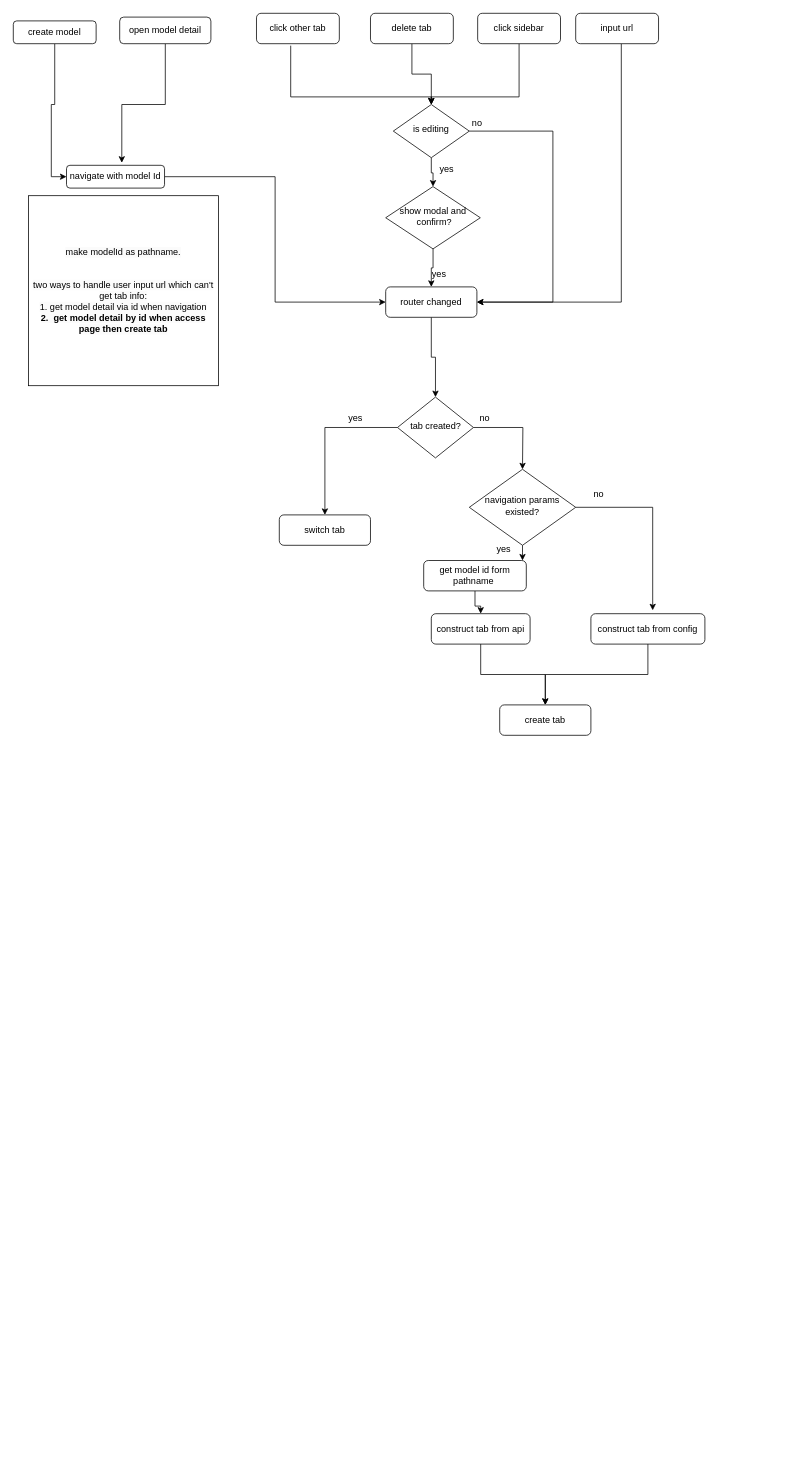
Earlier version of the draw.io diagram Untitled Diagram.drawio (CongcongDeng/test-frontend-repo). Source tidied: cells renumbered, new cells numbered last; positions are measured from the earlier drawing's top-left corner, leaving out a move shared by most shapes. Both pictures are drawn from the tidied source at 76%, with x=0, y=0 at pixel (13, 13).
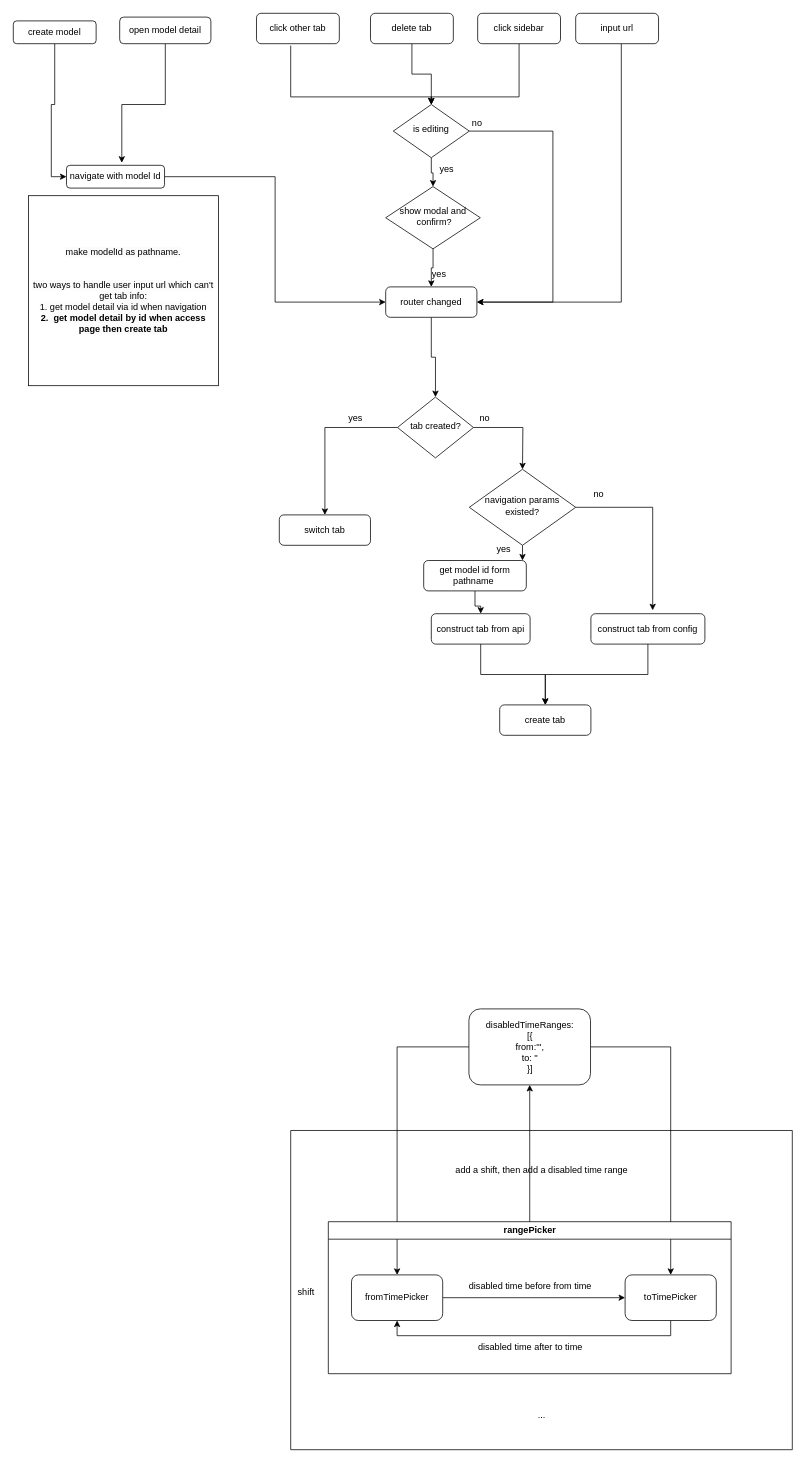
After the change.

Diff of the diagram source:
```diff
@@
+    <mxCell id="45" style="edgeStyle=orthogonalEdgeStyle;rounded=0;jettySize=auto;html=1;" parent="1" edge="1" source="47" target="51">
+      <mxGeometry relative="1" as="geometry" />
+    </mxCell>
+    <mxCell id="46" style="edgeStyle=orthogonalEdgeStyle;rounded=0;jettySize=auto;html=1;entryX=0.5;entryY=0;entryDx=0;entryDy=0;" parent="1" edge="1" source="47" target="53">
+      <mxGeometry relative="1" as="geometry" />
+    </mxCell>
+    <mxCell id="47" value="disabledTimeRanges:&lt;br&gt;[{&lt;br&gt;from:''',&lt;br&gt;to: ''&lt;br&gt;}]" style="rounded=1;whiteSpace=wrap;html=1;" parent="1" vertex="1">
+      <mxGeometry x="599.5" y="1310" width="160" height="100" as="geometry" />
+    </mxCell>
+    <mxCell id="48" style="swimlane;startSize=0;" parent="1" vertex="1">
+      <mxGeometry x="365" y="1470" width="660" height="420" as="geometry" />
+    </mxCell>
+    <mxCell id="49" value="rangePicker" style="swimlane;whiteSpace=wrap;html=1;" parent="48" vertex="1">
+      <mxGeometry x="49.5" y="120" width="530" height="200" as="geometry" />
+    </mxCell>
+    <mxCell id="50" style="edgeStyle=orthogonalEdgeStyle;rounded=0;jettySize=auto;html=1;entryX=0;entryY=0.5;entryDx=0;entryDy=0;" parent="49" edge="1" source="51" target="53">
+      <mxGeometry relative="1" as="geometry" />
+    </mxCell>
+    <mxCell id="51" value="fromTimePicker" style="rounded=1;whiteSpace=wrap;html=1;" parent="49" vertex="1">
+      <mxGeometry x="30.5" y="70" width="120" height="60" as="geometry" />
+    </mxCell>
+    <mxCell id="52" style="edgeStyle=orthogonalEdgeStyle;rounded=0;jettySize=auto;html=1;entryX=0.5;entryY=1;entryDx=0;entryDy=0;exitX=0.5;exitY=1;exitDx=0;exitDy=0;" parent="49" edge="1" source="53" target="51">
+      <mxGeometry relative="1" as="geometry" />
+    </mxCell>
+    <mxCell id="53" value="toTimePicker" style="rounded=1;whiteSpace=wrap;html=1;" parent="49" vertex="1">
+      <mxGeometry x="390.5" y="70" width="120" height="60" as="geometry" />
+    </mxCell>
+    <mxCell id="54" value="disabled time before from time" style="text;html=1;align=center;verticalAlign=middle;strokeColor=none;fillColor=none;" parent="49" vertex="1">
+      <mxGeometry x="175" y="70" width="180" height="30" as="geometry" />
+    </mxCell>
+    <mxCell id="55" value="disabled time after to time" style="text;html=1;align=center;verticalAlign=middle;strokeColor=none;fillColor=none;" parent="49" vertex="1">
+      <mxGeometry x="185" y="150" width="160" height="30" as="geometry" />
+    </mxCell>
+    <mxCell id="56" value="..." style="text;html=1;align=center;verticalAlign=middle;strokeColor=none;fillColor=none;" parent="48" vertex="1">
+      <mxGeometry x="315" y="360" width="30" height="30" as="geometry" />
+    </mxCell>
+    <mxCell id="57" style="edgeStyle=orthogonalEdgeStyle;rounded=0;jettySize=auto;html=1;" parent="1" edge="1" source="49" target="47">
+      <mxGeometry relative="1" as="geometry" />
+    </mxCell>
+    <mxCell id="58" value="add a shift, then add a disabled time range" style="text;html=1;align=center;verticalAlign=middle;strokeColor=none;fillColor=none;" parent="1" vertex="1">
+      <mxGeometry x="570" y="1508" width="250" height="30" as="geometry" />
+    </mxCell>
+    <mxCell id="59" value="shift" style="text;html=1;align=center;verticalAlign=middle;strokeColor=none;fillColor=none;" parent="1" vertex="1">
+      <mxGeometry x="360" y="1668" width="50" height="30" as="geometry" />
+    </mxCell>
```
